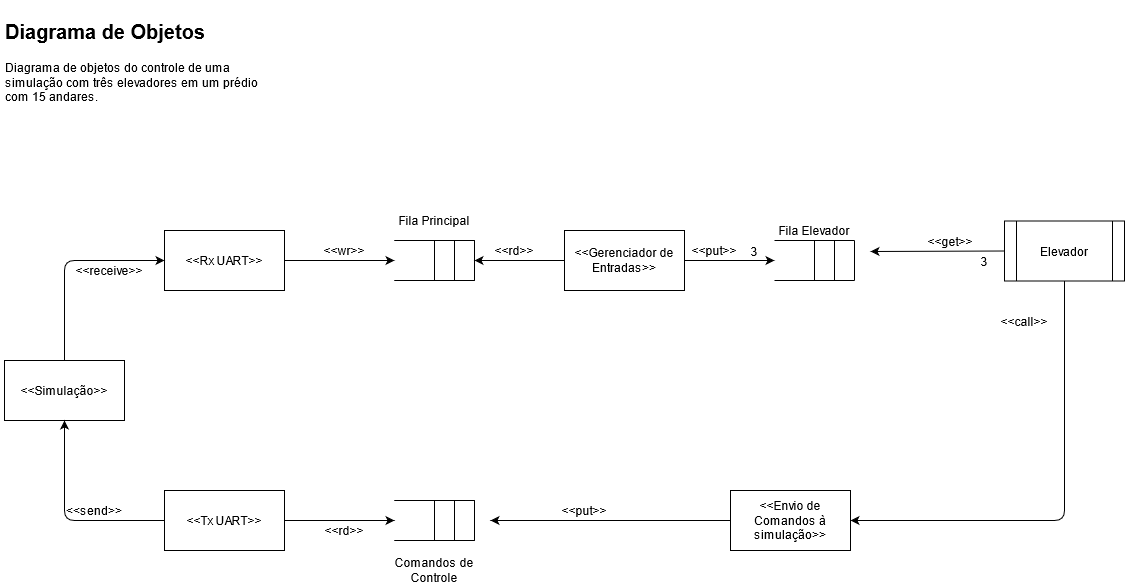
This is ProjetoFinal/Documents/Projeto_Elevador_Diagrama_Objetos.png from bymarina/SistemasEmbarcados, a draw.io export, as it was before one commit. Source tidied: cells renumbered, new cells last; positions are measured from the earlier drawing's top-left corner, leaving out a move shared by most shapes.
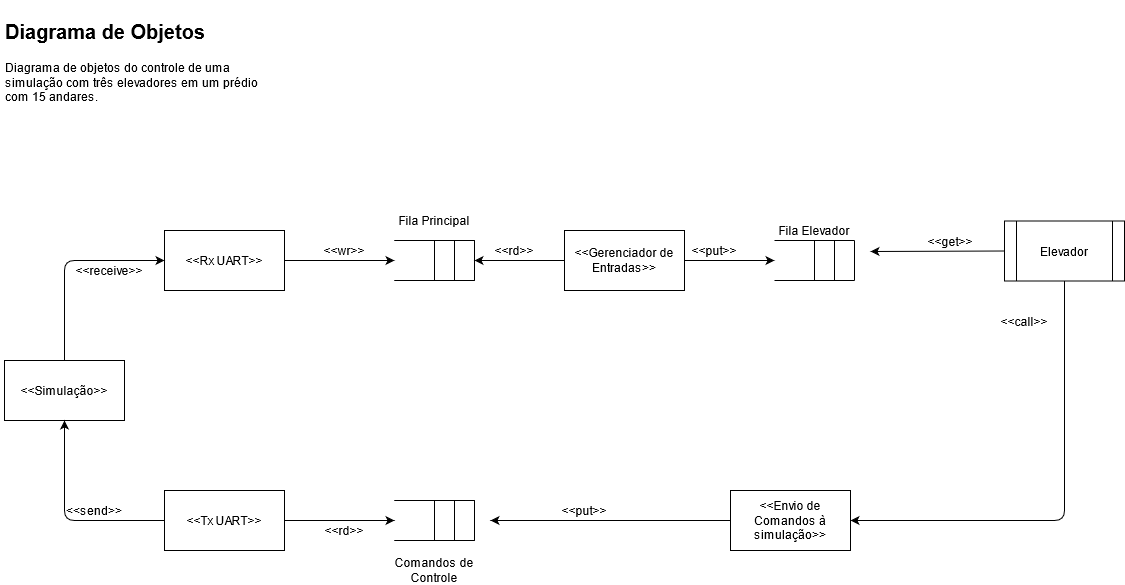
After the commit.

The edit, as a diff of the source:
```diff
@@ -242,9 +242,6 @@
         <mxPoint x="870" y="241" as="targetPoint" />
       </mxGeometry>
     </mxCell>
-    <mxCell id="51" value="3" style="text;html=1;strokeColor=none;fillColor=none;align=center;verticalAlign=middle;whiteSpace=wrap;rounded=0;" parent="1" vertex="1">
-      <mxGeometry x="964" y="240.5" width="40" height="20" as="geometry" />
-    </mxCell>
     <mxCell id="52" style="endArrow=classic;html=1;exitX=0.5;exitY=1;exitDx=0;exitDy=0;entryX=1;entryY=0.5;entryDx=0;entryDy=0;" parent="1" edge="1" source="4" target="55">
       <mxGeometry relative="1" as="geometry">
         <Array as="points">
@@ -261,9 +258,6 @@
     <mxCell id="55" value="&amp;lt;&amp;lt;Envio de Comandos à simulação&amp;gt;&amp;gt;" style="rounded=0;whiteSpace=wrap;html=1;strokeColor=#000000;strokeWidth=1;" parent="1" vertex="1">
       <mxGeometry x="730" y="480" width="120" height="60" as="geometry" />
     </mxCell>
-    <mxCell id="56" value="3" style="text;html=1;strokeColor=none;fillColor=none;align=center;verticalAlign=middle;whiteSpace=wrap;rounded=0;" parent="1" vertex="1">
-      <mxGeometry x="734" y="230.5" width="40" height="20" as="geometry" />
-    </mxCell>
     <mxCell id="57" value="&amp;lt;&amp;lt;put&amp;gt;&amp;gt;" style="text;html=1;strokeColor=none;fillColor=none;align=center;verticalAlign=middle;whiteSpace=wrap;rounded=0;" parent="1" vertex="1">
       <mxGeometry x="694" y="230" width="40" height="20" as="geometry" />
     </mxCell>
```
